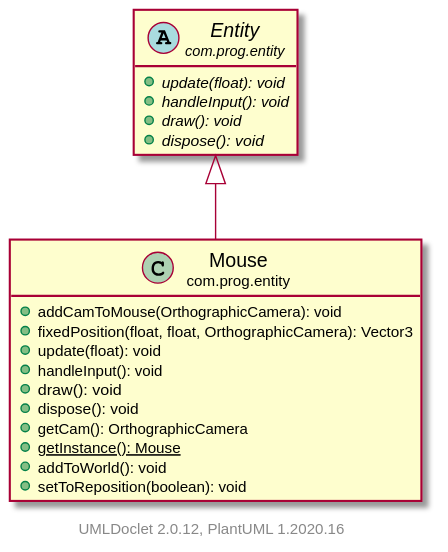
The PlantUML diagram core/build/docs/javadoc/uml/com/prog/entity/Mouse.svg in Garma00/Evilian, before a commit.
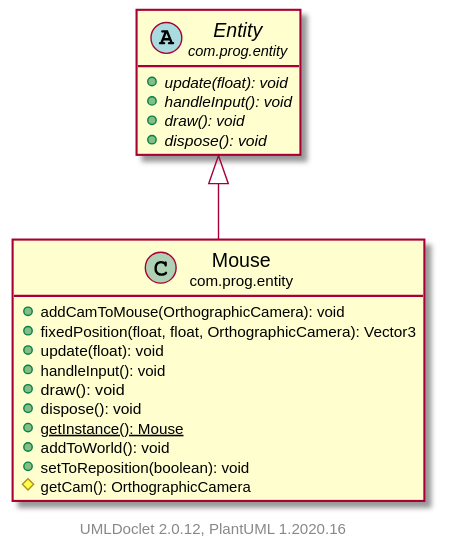
After the commit.

Change to the diagram source:
```diff
@@ -10,10 +10,10 @@
         +handleInput(): void
         +draw(): void
         +dispose(): void
-        +getCam(): OrthographicCamera
         {static} +getInstance(): Mouse
         +addToWorld(): void
         +setToReposition(boolean): void
+        #getCam(): OrthographicCamera
     }
 
     abstract class "<size:14>Entity\n<size:10>com.prog.entity" as com.prog.entity.Entity [[..\..\..\..\com\prog\entity\Entity.html]] {
```
